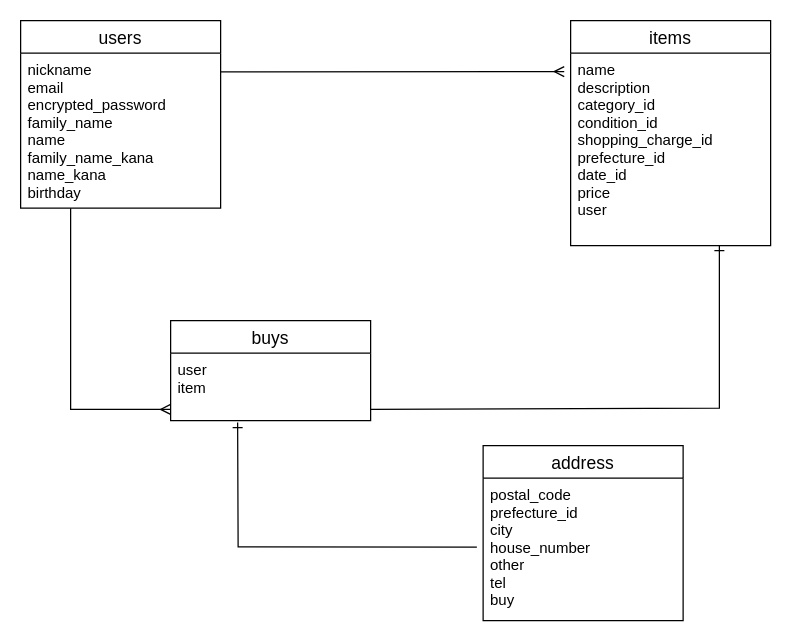
ichanicha/furima-40626 keeps this draw.io diagram as furima.dio. Above is the earlier version. Source tidied: cells renumbered, new cells numbered last; positions are measured from the earlier drawing's top-left corner, leaving out a move shared by most shapes. Both pictures are drawn from the tidied source at 125%, with x=0, y=0 at pixel (20, 20).
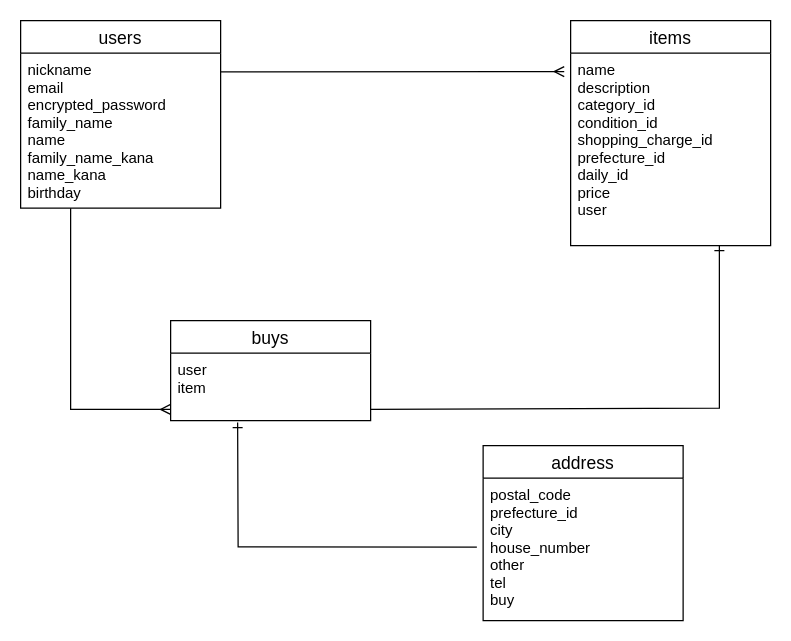
The same diagram, later.

Commit message (it also covers changes not shown here):
ER図・READMEの修正⑤

The change refers to these unchanged cells:
```xml
<mxCell id="4" value="items" style="swimlane;fontStyle=0;horizontal=1;startSize=26;align=center;fontSize=14;" parent="1" vertex="1">
  <mxGeometry x="440" width="160" height="180" as="geometry" />
</mxCell>
```

The edit, as a diff of the source:
```diff
@@
-    <mxCell id="5" value="name&#10;description&#10;category_id&#10;condition_id&#10;shopping_charge_id&#10;prefecture_id&#10;date_id&#10;price&#10;user" style="text;strokeColor=none;fillColor=none;spacingLeft=4;spacingRight=4;overflow=hidden;points=[[0,0.5],[1,0.5]];portConstraint=eastwest;fontSize=12;" parent="4" vertex="1">
+    <mxCell id="5" value="name&#10;description&#10;category_id&#10;condition_id&#10;shopping_charge_id&#10;prefecture_id&#10;daily_id&#10;price&#10;user" style="text;strokeColor=none;fillColor=none;spacingLeft=4;spacingRight=4;overflow=hidden;points=[[0,0.5],[1,0.5]];portConstraint=eastwest;fontSize=12;" parent="4" vertex="1">
       <mxGeometry y="26" width="160" height="154" as="geometry" />
     </mxCell>
```
